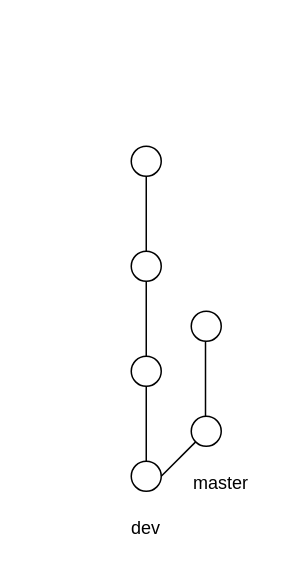
Earlier version of the draw.io diagram merge.drawio (mhhong-fe/git-demo). Source tidied: cells renumbered, new cells numbered last; positions are measured from the earlier drawing's top-left corner, leaving out a move shared by most shapes. Both pictures are drawn from the tidied source at 150%, with x=0, y=0 at pixel (100, 146).
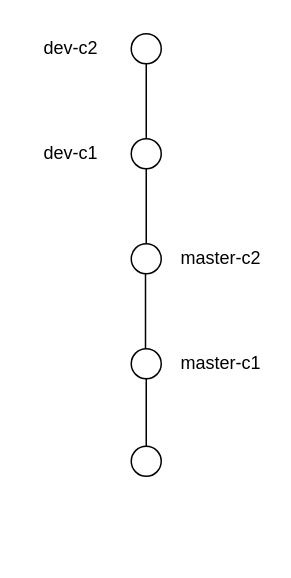
After the change.

The edit, as a diff of the source:
```diff
@@
 <mxGraphModel>
   <root>
     <mxCell id="0" />
     <mxCell id="1" parent="0" />
-    <mxCell id="2" style="ellipse;whiteSpace=wrap;html=1;" parent="1" vertex="1">
-      <mxGeometry x="20" y="210" width="20" height="20" as="geometry" />
-    </mxCell>
     <mxCell id="3" style="endArrow=none;html=1;" parent="1" edge="1">
       <mxGeometry relative="1" as="geometry">
-        <mxPoint x="30" y="210" as="sourcePoint" />
-        <mxPoint x="30" y="160" as="targetPoint" />
+        <mxPoint x="30" y="65" as="sourcePoint" />
+        <mxPoint x="30" y="15" as="targetPoint" />
       </mxGeometry>
     </mxCell>
     <mxCell id="4" style="ellipse;whiteSpace=wrap;html=1;" parent="1" vertex="1">
-      <mxGeometry x="20" y="140" width="20" height="20" as="geometry" />
+      <mxGeometry x="20" y="-5" width="20" height="20" as="geometry" />
     </mxCell>
-    <mxCell id="5" style="endArrow=none;html=1;entryX=0;entryY=1;entryDx=0;entryDy=0;" parent="1" edge="1" target="6">
-      <mxGeometry relative="1" as="geometry">
-        <mxPoint x="40" y="220" as="sourcePoint" />
-      </mxGeometry>
-    </mxCell>
     <mxCell id="6" style="ellipse;whiteSpace=wrap;html=1;" parent="1" vertex="1">
-      <mxGeometry x="60" y="180" width="20" height="20" as="geometry" />
+      <mxGeometry x="20" y="135" width="20" height="20" as="geometry" />
     </mxCell>
     <mxCell id="7" style="endArrow=none;html=1;" parent="1" edge="1">
       <mxGeometry relative="1" as="geometry">
-        <mxPoint x="69.5" y="180" as="sourcePoint" />
-        <mxPoint x="69.5" y="130" as="targetPoint" />
+        <mxPoint x="29.5" y="135" as="sourcePoint" />
+        <mxPoint x="29.5" y="85" as="targetPoint" />
       </mxGeometry>
     </mxCell>
     <mxCell id="8" style="ellipse;whiteSpace=wrap;html=1;" parent="1" vertex="1">
-      <mxGeometry x="60" y="110" width="20" height="20" as="geometry" />
+      <mxGeometry x="20" y="65" width="20" height="20" as="geometry" />
     </mxCell>
     <mxCell id="9" style="endArrow=none;html=1;" parent="1" edge="1">
       <mxGeometry relative="1" as="geometry">
-        <mxPoint x="30" y="140" as="sourcePoint" />
-        <mxPoint x="30" y="90" as="targetPoint" />
+        <mxPoint x="30" y="-5" as="sourcePoint" />
+        <mxPoint x="30" y="-55" as="targetPoint" />
       </mxGeometry>
     </mxCell>
     <mxCell id="10" style="ellipse;whiteSpace=wrap;html=1;" parent="1" vertex="1">
-      <mxGeometry x="20" y="70" width="20" height="20" as="geometry" />
+      <mxGeometry x="20" y="-75" width="20" height="20" as="geometry" />
     </mxCell>
-    <mxCell id="11" style="endArrow=none;html=1;" parent="1" edge="1">
-      <mxGeometry relative="1" as="geometry">
-        <mxPoint x="30" y="70" as="sourcePoint" />
-        <mxPoint x="30" y="20" as="targetPoint" />
-      </mxGeometry>
-    </mxCell>
-    <mxCell id="12" style="ellipse;whiteSpace=wrap;html=1;" parent="1" vertex="1">
-      <mxGeometry x="20" width="20" height="20" as="geometry" />
-    </mxCell>
-    <mxCell id="13" value="dev" style="text;html=1;strokeColor=none;fillColor=none;align=center;verticalAlign=middle;whiteSpace=wrap;rounded=0;" parent="1" vertex="1">
-      <mxGeometry y="240" width="60" height="30" as="geometry" />
+    <mxCell id="13" value="dev-c1" style="text;html=1;strokeColor=none;fillColor=none;align=center;verticalAlign=middle;whiteSpace=wrap;rounded=0;" parent="1" vertex="1">
+      <mxGeometry x="-50" y="-10" width="60" height="30" as="geometry" />
     </mxCell>
-    <mxCell id="14" value="master" style="text;html=1;strokeColor=none;fillColor=none;align=center;verticalAlign=middle;whiteSpace=wrap;rounded=0;" parent="1" vertex="1">
-      <mxGeometry x="50" y="210" width="60" height="30" as="geometry" />
-    </mxCell>
+    <mxCell id="15" value="dev-c2" style="text;html=1;strokeColor=none;fillColor=none;align=center;verticalAlign=middle;whiteSpace=wrap;rounded=0;" parent="1" vertex="1">
+      <mxGeometry x="-50" y="-80" width="60" height="30" as="geometry" />
+    </mxCell>
+    <mxCell id="16" value="master-c1" style="text;html=1;strokeColor=none;fillColor=none;align=center;verticalAlign=middle;whiteSpace=wrap;rounded=0;" parent="1" vertex="1">
+      <mxGeometry x="50" y="130" width="60" height="30" as="geometry" />
+    </mxCell>
+    <mxCell id="17" value="master-c2" style="text;html=1;strokeColor=none;fillColor=none;align=center;verticalAlign=middle;whiteSpace=wrap;rounded=0;" parent="1" vertex="1">
+      <mxGeometry x="50" y="60" width="60" height="30" as="geometry" />
+    </mxCell>
+    <mxCell id="18" style="endArrow=none;html=1;entryX=0.5;entryY=1;entryDx=0;entryDy=0;startArrow=none;" parent="1" edge="1" source="2" target="6">
+      <mxGeometry relative="1" as="geometry" />
+    </mxCell>
+    <mxCell id="19" style="endArrow=none;html=1;entryX=0.5;entryY=1;entryDx=0;entryDy=0;" parent="1" edge="1" target="2">
+      <mxGeometry relative="1" as="geometry">
+        <mxPoint x="29.5" y="210" as="sourcePoint" />
+      </mxGeometry>
+    </mxCell>
+    <mxCell id="2" style="ellipse;whiteSpace=wrap;html=1;" parent="1" vertex="1">
+      <mxGeometry x="20" y="200" width="20" height="20" as="geometry" />
+    </mxCell>
   </root>
 </mxGraphModel>
```
